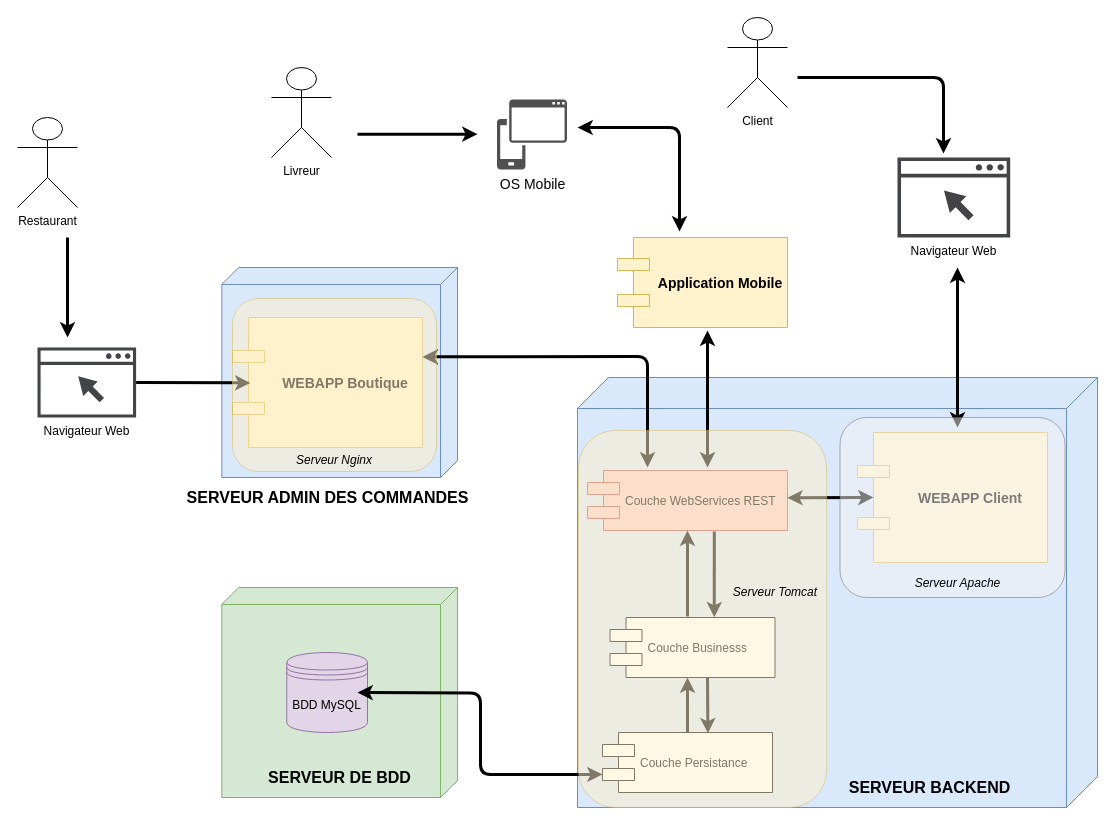
The draw.io diagram page "Diagramme de deploiement" (10 of 10) of P5-UseCase-definotion.drawio in Ketut38/OC-P5-Pizza, before the edit. Source tidied: cells renumbered, new cells numbered last; positions are measured from the earlier drawing's top-left corner, leaving out a move shared by most shapes. Both pictures are drawn from the tidied source at 100%, with x=0, y=0 at pixel (17, 17).
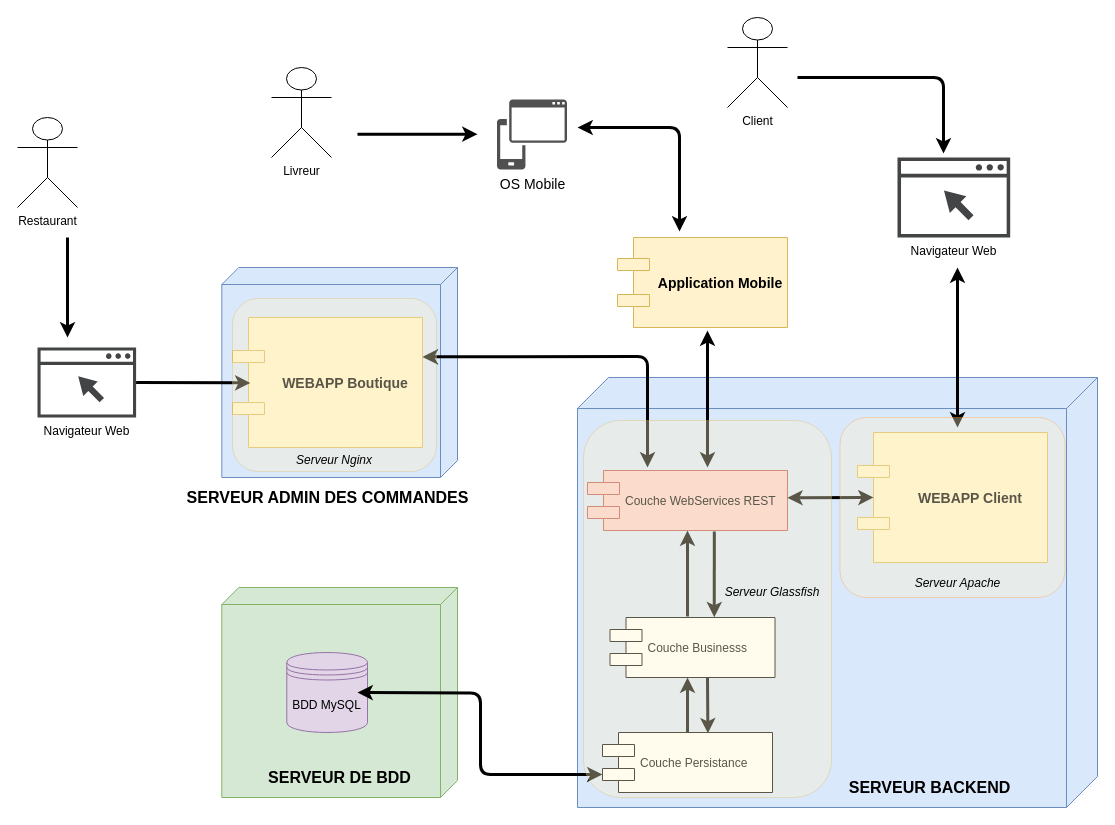
The same diagram, later.

The edit, as a diff of the source:
```diff
@@
-    <mxCell id="35" style="rounded=1;whiteSpace=wrap;html=1;fillColor=#f5f5f5;strokeColor=#666666;opacity=50;fontColor=#333333;" parent="1" vertex="1">
+    <mxCell id="35" style="rounded=1;whiteSpace=wrap;html=1;fillColor=#FFF2CC;strokeColor=#FF9933;opacity=35;fontColor=#333333;" parent="1" vertex="1">
       <mxGeometry x="822.5" y="400" width="225" height="180" as="geometry" />
     </mxCell>
@@
-    <mxCell id="37" style="rounded=1;whiteSpace=wrap;html=1;fillColor=#fff2cc;opacity=50;strokeColor=#d6b656;" parent="1" vertex="1">
+    <mxCell id="37" style="rounded=1;whiteSpace=wrap;html=1;fillColor=#fff2cc;opacity=35;strokeColor=#d6b656;" parent="1" vertex="1">
       <mxGeometry x="215" y="281" width="204" height="173" as="geometry" />
     </mxCell>
@@
-    <mxCell id="39" style="rounded=1;whiteSpace=wrap;html=1;fillColor=#fff2cc;opacity=50;strokeColor=#d6b656;" parent="1" vertex="1">
-      <mxGeometry x="561" y="413" width="248" height="377" as="geometry" />
+    <mxCell id="39" style="rounded=1;whiteSpace=wrap;html=1;fillColor=#FFF2CC;opacity=35;strokeColor=#d6b656;" parent="1" vertex="1">
+      <mxGeometry x="566" y="403" width="248" height="377" as="geometry" />
     </mxCell>
-    <mxCell id="40" value="&lt;i&gt;Serveur Tomcat&lt;/i&gt;" style="text;html=1;strokeColor=none;fillColor=none;align=center;verticalAlign=middle;whiteSpace=wrap;rounded=0;opacity=50;" parent="1" vertex="1">
-      <mxGeometry x="710" y="565" width="96" height="20" as="geometry" />
+    <mxCell id="40" value="&lt;i&gt;Serveur Glassfish&lt;/i&gt;" style="text;html=1;strokeColor=none;fillColor=none;align=center;verticalAlign=middle;whiteSpace=wrap;rounded=0;opacity=50;" parent="1" vertex="1">
+      <mxGeometry x="704" y="565" width="102" height="20" as="geometry" />
     </mxCell>
```
